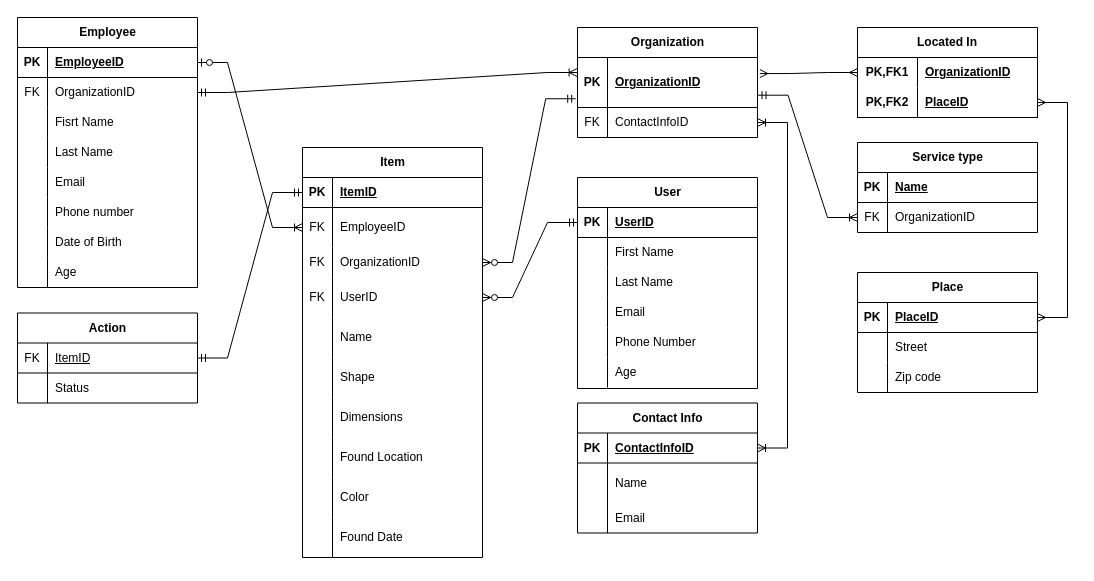
Above: logical model.drawio in igor2080/db1_large_project (draw.io), before the change. Source tidied: cells renumbered, new cells numbered last; positions are measured from the earlier drawing's top-left corner, leaving out a move shared by most shapes. Both pictures are drawn from the tidied source at 100%, with x=0, y=0 at pixel (17, 17).
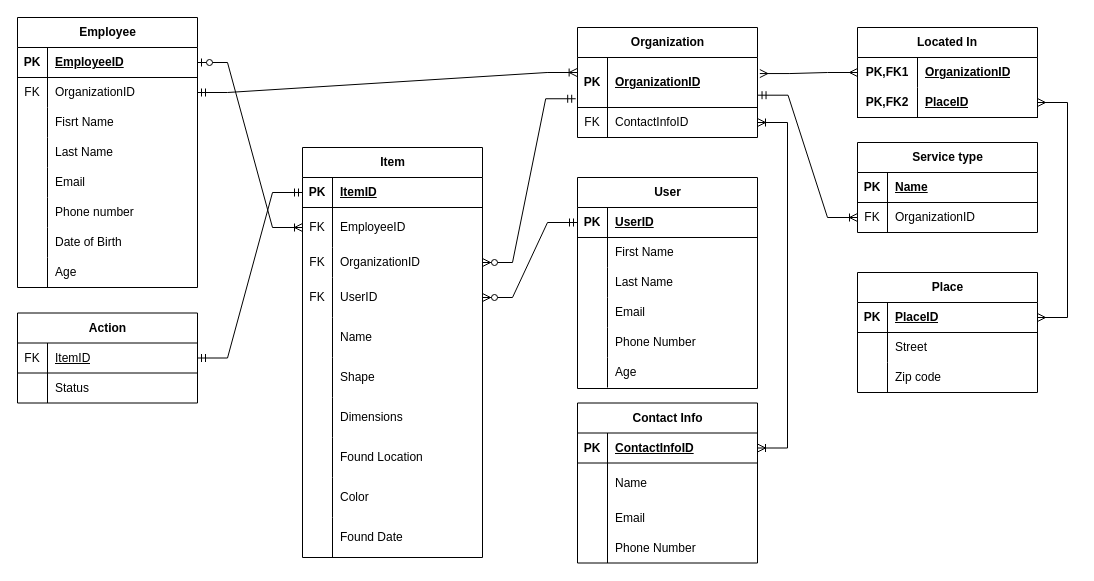
The same page after the edit.

Commit message (it also covers changes not shown here):
add phone number to logical, physical models

The edit, as a diff of the source:
```diff
@@
     <mxCell id="120" value="Contact Info" style="shape=table;startSize=30;childLayout=tableLayout;rowLines=0;fontStyle=1;align=center;html=1;" parent="1" vertex="1">
-      <mxGeometry x="560" y="385.5" width="180" height="130" as="geometry" />
+      <mxGeometry x="560" y="385.5" width="180" height="160" as="geometry" />
     </mxCell>
@@
+    <mxCell id="135" style="shape=tableRow;horizontal=0;startSize=0;swimlaneHead=0;swimlaneBody=0;fillColor=none;top=0;left=0;right=0;bottom=0;" parent="120" vertex="1">
+      <mxGeometry y="130" width="180" height="30" as="geometry" />
+    </mxCell>
+    <mxCell id="136" style="shape=partialRectangle;fillColor=none;top=0;left=0;bottom=0;right=0;overflow=hidden;whiteSpace=wrap;html=1;" parent="135" vertex="1">
+      <mxGeometry width="30" height="30" as="geometry" />
+    </mxCell>
+    <mxCell id="137" value="Phone Number" style="shape=partialRectangle;fillColor=none;top=0;left=0;bottom=0;right=0;align=left;spacingLeft=6;overflow=hidden;whiteSpace=wrap;html=1;" parent="135" vertex="1">
+      <mxGeometry x="30" width="150" height="30" as="geometry" />
+    </mxCell>
```
